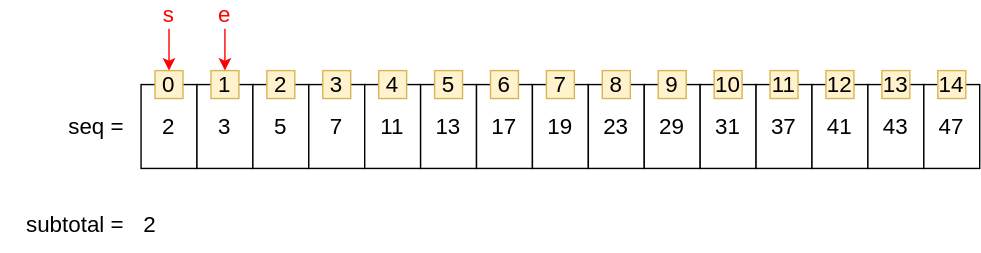
Above: img/algorithm/algorithm-1020-01-01-00.svg in zininote/zininote.github.io (draw.io), before the change. Source tidied: cells renumbered, new cells last; positions are measured from the earlier drawing's top-left corner, leaving out a move shared by most shapes.
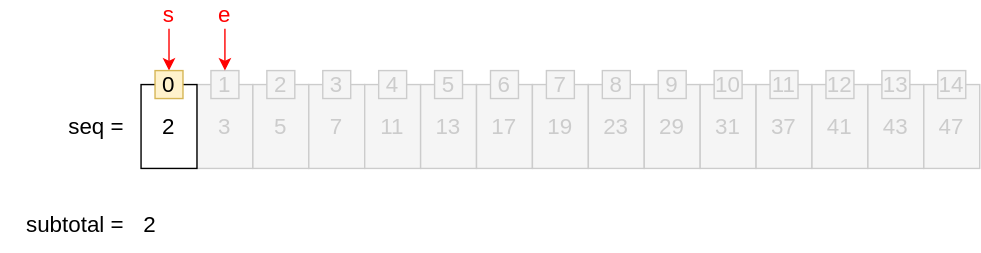
After the change.

The edit, as a diff of the source:
```diff
@@ -2,94 +2,88 @@
   <root>
     <mxCell id="0" />
     <mxCell id="1" parent="0" />
-    <mxCell id="2" value="2" style="rounded=0;whiteSpace=wrap;html=1;fontSize=16;" parent="1" vertex="1">
-      <mxGeometry x="100" y="60" width="40" height="60" as="geometry" />
-    </mxCell>
-    <mxCell id="3" value="3" style="rounded=0;whiteSpace=wrap;html=1;fontSize=16;" parent="1" vertex="1">
+    <mxCell id="3" value="3" style="rounded=0;whiteSpace=wrap;html=1;fontSize=16;fillColor=#f5f5f5;strokeColor=#cccccc;fontColor=#cccccc;" parent="1" vertex="1">
       <mxGeometry x="140" y="60" width="40" height="60" as="geometry" />
     </mxCell>
-    <mxCell id="4" value="5" style="rounded=0;whiteSpace=wrap;html=1;fontSize=16;" parent="1" vertex="1">
+    <mxCell id="4" value="5" style="rounded=0;whiteSpace=wrap;html=1;fontSize=16;fillColor=#f5f5f5;strokeColor=#cccccc;fontColor=#cccccc;" parent="1" vertex="1">
       <mxGeometry x="180" y="60" width="40" height="60" as="geometry" />
     </mxCell>
-    <mxCell id="5" value="7" style="rounded=0;whiteSpace=wrap;html=1;fontSize=16;" parent="1" vertex="1">
+    <mxCell id="5" value="7" style="rounded=0;whiteSpace=wrap;html=1;fontSize=16;fillColor=#f5f5f5;strokeColor=#cccccc;fontColor=#cccccc;" parent="1" vertex="1">
       <mxGeometry x="220" y="60" width="40" height="60" as="geometry" />
     </mxCell>
-    <mxCell id="6" value="11" style="rounded=0;whiteSpace=wrap;html=1;fontSize=16;" parent="1" vertex="1">
+    <mxCell id="6" value="11" style="rounded=0;whiteSpace=wrap;html=1;fontSize=16;fillColor=#f5f5f5;strokeColor=#cccccc;fontColor=#cccccc;" parent="1" vertex="1">
       <mxGeometry x="260" y="60" width="40" height="60" as="geometry" />
     </mxCell>
-    <mxCell id="7" value="13" style="rounded=0;whiteSpace=wrap;html=1;fontSize=16;" parent="1" vertex="1">
+    <mxCell id="7" value="13" style="rounded=0;whiteSpace=wrap;html=1;fontSize=16;fillColor=#f5f5f5;strokeColor=#cccccc;fontColor=#cccccc;" parent="1" vertex="1">
       <mxGeometry x="300" y="60" width="40" height="60" as="geometry" />
     </mxCell>
-    <mxCell id="8" value="17" style="rounded=0;whiteSpace=wrap;html=1;fontSize=16;" parent="1" vertex="1">
+    <mxCell id="8" value="17" style="rounded=0;whiteSpace=wrap;html=1;fontSize=16;fillColor=#f5f5f5;strokeColor=#cccccc;fontColor=#cccccc;" parent="1" vertex="1">
       <mxGeometry x="340" y="60" width="40" height="60" as="geometry" />
     </mxCell>
-    <mxCell id="9" value="19" style="rounded=0;whiteSpace=wrap;html=1;fontSize=16;" parent="1" vertex="1">
+    <mxCell id="9" value="19" style="rounded=0;whiteSpace=wrap;html=1;fontSize=16;fillColor=#f5f5f5;strokeColor=#cccccc;fontColor=#cccccc;" parent="1" vertex="1">
       <mxGeometry x="380" y="60" width="40" height="60" as="geometry" />
     </mxCell>
-    <mxCell id="10" value="23" style="rounded=0;whiteSpace=wrap;html=1;fontSize=16;" parent="1" vertex="1">
+    <mxCell id="10" value="23" style="rounded=0;whiteSpace=wrap;html=1;fontSize=16;fillColor=#f5f5f5;strokeColor=#cccccc;fontColor=#cccccc;" parent="1" vertex="1">
       <mxGeometry x="420" y="60" width="40" height="60" as="geometry" />
     </mxCell>
-    <mxCell id="11" value="29" style="rounded=0;whiteSpace=wrap;html=1;fontSize=16;" parent="1" vertex="1">
+    <mxCell id="11" value="29" style="rounded=0;whiteSpace=wrap;html=1;fontSize=16;fillColor=#f5f5f5;strokeColor=#cccccc;fontColor=#cccccc;" parent="1" vertex="1">
       <mxGeometry x="460" y="60" width="40" height="60" as="geometry" />
     </mxCell>
-    <mxCell id="12" value="31" style="rounded=0;whiteSpace=wrap;html=1;fontSize=16;" parent="1" vertex="1">
+    <mxCell id="12" value="31" style="rounded=0;whiteSpace=wrap;html=1;fontSize=16;fillColor=#f5f5f5;strokeColor=#cccccc;fontColor=#cccccc;" parent="1" vertex="1">
       <mxGeometry x="500" y="60" width="40" height="60" as="geometry" />
     </mxCell>
-    <mxCell id="13" value="37" style="rounded=0;whiteSpace=wrap;html=1;fontSize=16;" parent="1" vertex="1">
+    <mxCell id="13" value="37" style="rounded=0;whiteSpace=wrap;html=1;fontSize=16;fillColor=#f5f5f5;strokeColor=#cccccc;fontColor=#cccccc;" parent="1" vertex="1">
       <mxGeometry x="540" y="60" width="40" height="60" as="geometry" />
     </mxCell>
-    <mxCell id="14" value="41" style="rounded=0;whiteSpace=wrap;html=1;fontSize=16;" parent="1" vertex="1">
+    <mxCell id="14" value="41" style="rounded=0;whiteSpace=wrap;html=1;fontSize=16;fillColor=#f5f5f5;strokeColor=#cccccc;fontColor=#cccccc;" parent="1" vertex="1">
       <mxGeometry x="580" y="60" width="40" height="60" as="geometry" />
     </mxCell>
-    <mxCell id="15" value="43" style="rounded=0;whiteSpace=wrap;html=1;fontSize=16;" parent="1" vertex="1">
+    <mxCell id="15" value="43" style="rounded=0;whiteSpace=wrap;html=1;fontSize=16;fillColor=#f5f5f5;strokeColor=#cccccc;fontColor=#cccccc;" parent="1" vertex="1">
       <mxGeometry x="620" y="60" width="40" height="60" as="geometry" />
     </mxCell>
-    <mxCell id="16" value="47" style="rounded=0;whiteSpace=wrap;html=1;fontSize=16;" parent="1" vertex="1">
+    <mxCell id="16" value="47" style="rounded=0;whiteSpace=wrap;html=1;fontSize=16;fillColor=#f5f5f5;strokeColor=#cccccc;fontColor=#cccccc;" parent="1" vertex="1">
       <mxGeometry x="660" y="60" width="40" height="60" as="geometry" />
     </mxCell>
-    <mxCell id="17" value="&lt;span style=&quot;font-size: 16px&quot;&gt;0&lt;/span&gt;" style="text;html=1;strokeColor=#d6b656;fillColor=#fff2cc;align=center;verticalAlign=middle;whiteSpace=wrap;rounded=0;" parent="1" vertex="1">
-      <mxGeometry x="110" y="50" width="20" height="20" as="geometry" />
-    </mxCell>
-    <mxCell id="18" value="&lt;span style=&quot;font-size: 16px&quot;&gt;1&lt;/span&gt;" style="text;html=1;strokeColor=#d6b656;fillColor=#fff2cc;align=center;verticalAlign=middle;whiteSpace=wrap;rounded=0;" parent="1" vertex="1">
+    <mxCell id="18" value="&lt;span style=&quot;font-size: 16px&quot;&gt;1&lt;/span&gt;" style="text;html=1;fillColor=#f5f5f5;align=center;verticalAlign=middle;whiteSpace=wrap;rounded=0;strokeColor=#cccccc;fontColor=#cccccc;" parent="1" vertex="1">
       <mxGeometry x="150" y="50" width="20" height="20" as="geometry" />
     </mxCell>
-    <mxCell id="19" value="&lt;span style=&quot;font-size: 16px&quot;&gt;2&lt;/span&gt;" style="text;html=1;strokeColor=#d6b656;fillColor=#fff2cc;align=center;verticalAlign=middle;whiteSpace=wrap;rounded=0;" parent="1" vertex="1">
+    <mxCell id="19" value="&lt;span style=&quot;font-size: 16px&quot;&gt;2&lt;/span&gt;" style="text;html=1;fillColor=#f5f5f5;align=center;verticalAlign=middle;whiteSpace=wrap;rounded=0;strokeColor=#cccccc;fontColor=#cccccc;" parent="1" vertex="1">
       <mxGeometry x="190" y="50" width="20" height="20" as="geometry" />
     </mxCell>
-    <mxCell id="20" value="&lt;span style=&quot;font-size: 16px&quot;&gt;3&lt;/span&gt;" style="text;html=1;strokeColor=#d6b656;fillColor=#fff2cc;align=center;verticalAlign=middle;whiteSpace=wrap;rounded=0;" parent="1" vertex="1">
+    <mxCell id="20" value="&lt;span style=&quot;font-size: 16px&quot;&gt;3&lt;/span&gt;" style="text;html=1;fillColor=#f5f5f5;align=center;verticalAlign=middle;whiteSpace=wrap;rounded=0;strokeColor=#cccccc;fontColor=#cccccc;" parent="1" vertex="1">
       <mxGeometry x="230" y="50" width="20" height="20" as="geometry" />
     </mxCell>
-    <mxCell id="21" value="&lt;span style=&quot;font-size: 16px&quot;&gt;4&lt;/span&gt;" style="text;html=1;strokeColor=#d6b656;fillColor=#fff2cc;align=center;verticalAlign=middle;whiteSpace=wrap;rounded=0;" parent="1" vertex="1">
+    <mxCell id="21" value="&lt;span style=&quot;font-size: 16px&quot;&gt;4&lt;/span&gt;" style="text;html=1;fillColor=#f5f5f5;align=center;verticalAlign=middle;whiteSpace=wrap;rounded=0;strokeColor=#cccccc;fontColor=#cccccc;" parent="1" vertex="1">
       <mxGeometry x="270" y="50" width="20" height="20" as="geometry" />
     </mxCell>
-    <mxCell id="22" value="&lt;span style=&quot;font-size: 16px&quot;&gt;5&lt;/span&gt;" style="text;html=1;strokeColor=#d6b656;fillColor=#fff2cc;align=center;verticalAlign=middle;whiteSpace=wrap;rounded=0;" parent="1" vertex="1">
+    <mxCell id="22" value="&lt;span style=&quot;font-size: 16px&quot;&gt;5&lt;/span&gt;" style="text;html=1;fillColor=#f5f5f5;align=center;verticalAlign=middle;whiteSpace=wrap;rounded=0;strokeColor=#cccccc;fontColor=#cccccc;" parent="1" vertex="1">
       <mxGeometry x="310" y="50" width="20" height="20" as="geometry" />
     </mxCell>
-    <mxCell id="23" value="&lt;span style=&quot;font-size: 16px&quot;&gt;6&lt;/span&gt;" style="text;html=1;strokeColor=#d6b656;fillColor=#fff2cc;align=center;verticalAlign=middle;whiteSpace=wrap;rounded=0;" parent="1" vertex="1">
+    <mxCell id="23" value="&lt;span style=&quot;font-size: 16px&quot;&gt;6&lt;/span&gt;" style="text;html=1;fillColor=#f5f5f5;align=center;verticalAlign=middle;whiteSpace=wrap;rounded=0;strokeColor=#cccccc;fontColor=#cccccc;" parent="1" vertex="1">
       <mxGeometry x="350" y="50" width="20" height="20" as="geometry" />
     </mxCell>
-    <mxCell id="24" value="&lt;span style=&quot;font-size: 16px&quot;&gt;7&lt;/span&gt;" style="text;html=1;strokeColor=#d6b656;fillColor=#fff2cc;align=center;verticalAlign=middle;whiteSpace=wrap;rounded=0;" parent="1" vertex="1">
+    <mxCell id="24" value="&lt;span style=&quot;font-size: 16px&quot;&gt;7&lt;/span&gt;" style="text;html=1;fillColor=#f5f5f5;align=center;verticalAlign=middle;whiteSpace=wrap;rounded=0;strokeColor=#cccccc;fontColor=#cccccc;" parent="1" vertex="1">
       <mxGeometry x="390" y="50" width="20" height="20" as="geometry" />
     </mxCell>
-    <mxCell id="25" value="&lt;span style=&quot;font-size: 16px&quot;&gt;8&lt;/span&gt;" style="text;html=1;strokeColor=#d6b656;fillColor=#fff2cc;align=center;verticalAlign=middle;whiteSpace=wrap;rounded=0;" parent="1" vertex="1">
+    <mxCell id="25" value="&lt;span style=&quot;font-size: 16px&quot;&gt;8&lt;/span&gt;" style="text;html=1;fillColor=#f5f5f5;align=center;verticalAlign=middle;whiteSpace=wrap;rounded=0;strokeColor=#cccccc;fontColor=#cccccc;" parent="1" vertex="1">
       <mxGeometry x="430" y="50" width="20" height="20" as="geometry" />
     </mxCell>
-    <mxCell id="26" value="&lt;span style=&quot;font-size: 16px&quot;&gt;9&lt;/span&gt;" style="text;html=1;strokeColor=#d6b656;fillColor=#fff2cc;align=center;verticalAlign=middle;whiteSpace=wrap;rounded=0;" parent="1" vertex="1">
+    <mxCell id="26" value="&lt;span style=&quot;font-size: 16px&quot;&gt;9&lt;/span&gt;" style="text;html=1;fillColor=#f5f5f5;align=center;verticalAlign=middle;whiteSpace=wrap;rounded=0;strokeColor=#cccccc;fontColor=#cccccc;" parent="1" vertex="1">
       <mxGeometry x="470" y="50" width="20" height="20" as="geometry" />
     </mxCell>
-    <mxCell id="27" value="&lt;span style=&quot;font-size: 16px&quot;&gt;10&lt;/span&gt;" style="text;html=1;strokeColor=#d6b656;fillColor=#fff2cc;align=center;verticalAlign=middle;whiteSpace=wrap;rounded=0;" parent="1" vertex="1">
+    <mxCell id="27" value="&lt;span style=&quot;font-size: 16px&quot;&gt;10&lt;/span&gt;" style="text;html=1;fillColor=#f5f5f5;align=center;verticalAlign=middle;whiteSpace=wrap;rounded=0;strokeColor=#cccccc;fontColor=#cccccc;" parent="1" vertex="1">
       <mxGeometry x="510" y="50" width="20" height="20" as="geometry" />
     </mxCell>
-    <mxCell id="28" value="&lt;span style=&quot;font-size: 16px&quot;&gt;11&lt;/span&gt;" style="text;html=1;strokeColor=#d6b656;fillColor=#fff2cc;align=center;verticalAlign=middle;whiteSpace=wrap;rounded=0;" parent="1" vertex="1">
+    <mxCell id="28" value="&lt;span style=&quot;font-size: 16px&quot;&gt;11&lt;/span&gt;" style="text;html=1;fillColor=#f5f5f5;align=center;verticalAlign=middle;whiteSpace=wrap;rounded=0;strokeColor=#cccccc;fontColor=#cccccc;" parent="1" vertex="1">
       <mxGeometry x="550" y="50" width="20" height="20" as="geometry" />
     </mxCell>
-    <mxCell id="29" value="&lt;span style=&quot;font-size: 16px&quot;&gt;12&lt;/span&gt;" style="text;html=1;strokeColor=#d6b656;fillColor=#fff2cc;align=center;verticalAlign=middle;whiteSpace=wrap;rounded=0;" parent="1" vertex="1">
+    <mxCell id="29" value="&lt;span style=&quot;font-size: 16px&quot;&gt;12&lt;/span&gt;" style="text;html=1;fillColor=#f5f5f5;align=center;verticalAlign=middle;whiteSpace=wrap;rounded=0;strokeColor=#cccccc;fontColor=#cccccc;" parent="1" vertex="1">
       <mxGeometry x="590" y="50" width="20" height="20" as="geometry" />
     </mxCell>
-    <mxCell id="30" value="&lt;span style=&quot;font-size: 16px&quot;&gt;13&lt;/span&gt;" style="text;html=1;strokeColor=#d6b656;fillColor=#fff2cc;align=center;verticalAlign=middle;whiteSpace=wrap;rounded=0;" parent="1" vertex="1">
+    <mxCell id="30" value="&lt;span style=&quot;font-size: 16px&quot;&gt;13&lt;/span&gt;" style="text;html=1;fillColor=#f5f5f5;align=center;verticalAlign=middle;whiteSpace=wrap;rounded=0;strokeColor=#cccccc;fontColor=#cccccc;" parent="1" vertex="1">
       <mxGeometry x="630" y="50" width="20" height="20" as="geometry" />
     </mxCell>
-    <mxCell id="31" value="&lt;span style=&quot;font-size: 16px&quot;&gt;14&lt;/span&gt;" style="text;html=1;strokeColor=#d6b656;fillColor=#fff2cc;align=center;verticalAlign=middle;whiteSpace=wrap;rounded=0;" parent="1" vertex="1">
+    <mxCell id="31" value="&lt;span style=&quot;font-size: 16px&quot;&gt;14&lt;/span&gt;" style="text;html=1;fillColor=#f5f5f5;align=center;verticalAlign=middle;whiteSpace=wrap;rounded=0;strokeColor=#cccccc;fontColor=#cccccc;" parent="1" vertex="1">
       <mxGeometry x="670" y="50" width="20" height="20" as="geometry" />
     </mxCell>
     <mxCell id="32" style="edgeStyle=orthogonalEdgeStyle;rounded=0;jettySize=auto;html=1;exitX=0.5;exitY=1;exitDx=0;exitDy=0;entryX=0.5;entryY=0;entryDx=0;entryDy=0;fontSize=16;fontColor=#FF0000;strokeColor=#FF0000;" parent="1" edge="1" source="38">
@@ -126,5 +120,11 @@
     <mxCell id="41" value="2" style="text;html=1;strokeColor=none;fillColor=none;align=left;verticalAlign=middle;whiteSpace=wrap;rounded=0;fontSize=16;" parent="1" vertex="1">
       <mxGeometry x="100" y="140" width="40" height="40" as="geometry" />
     </mxCell>
+    <mxCell id="2" value="2" style="rounded=0;whiteSpace=wrap;html=1;fontSize=16;" parent="1" vertex="1">
+      <mxGeometry x="100" y="60" width="40" height="60" as="geometry" />
+    </mxCell>
+    <mxCell id="17" value="&lt;span style=&quot;font-size: 16px&quot;&gt;0&lt;/span&gt;" style="text;html=1;strokeColor=#d6b656;fillColor=#fff2cc;align=center;verticalAlign=middle;whiteSpace=wrap;rounded=0;" parent="1" vertex="1">
+      <mxGeometry x="110" y="50" width="20" height="20" as="geometry" />
+    </mxCell>
   </root>
 </mxGraphModel>
```
